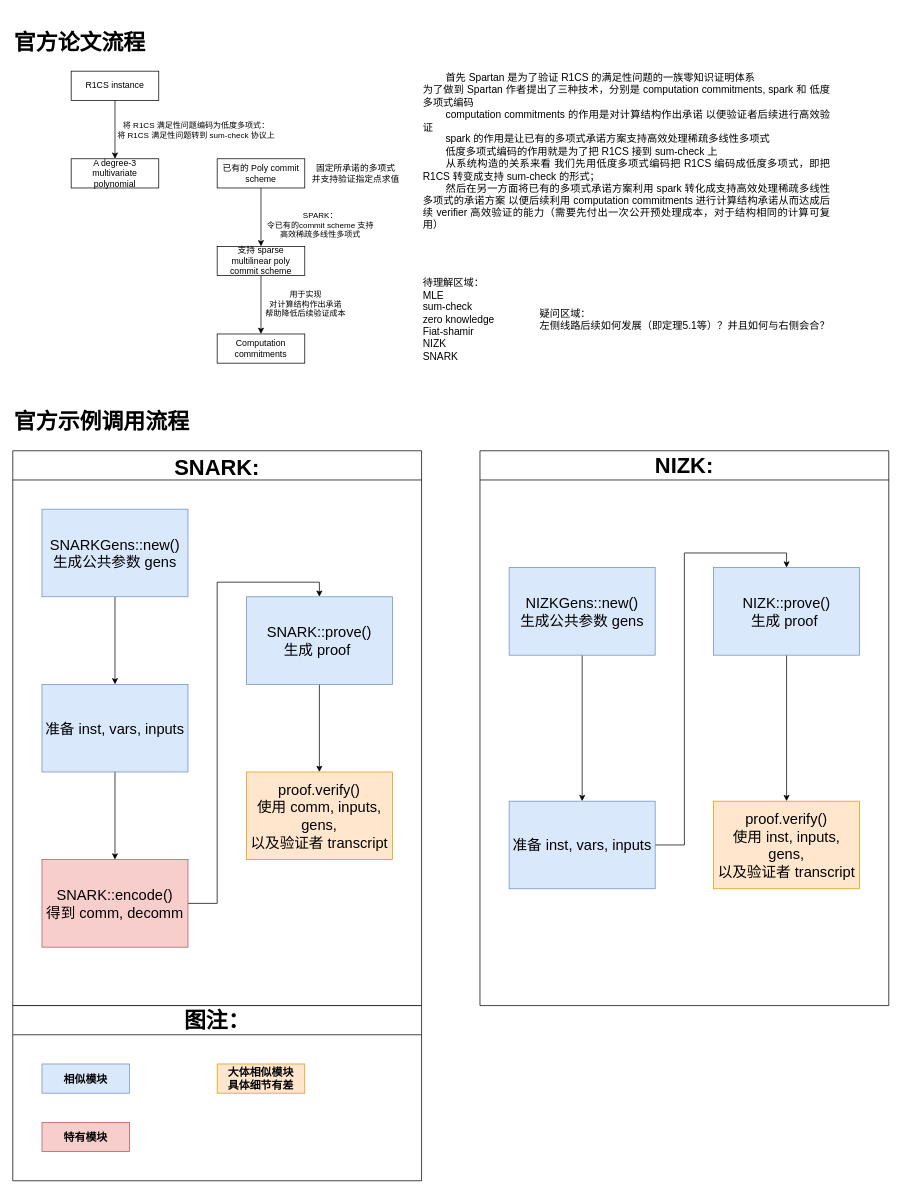
GreatilHailey/Spartan-learning keeps this draw.io diagram as mechanism.drawio. Above is the earlier version. Source tidied: cells renumbered, new cells numbered last; positions are measured from the earlier drawing's top-left corner, leaving out a move shared by most shapes. Both pictures are drawn from the tidied source at 73%, with x=0, y=0 at pixel (12, 12).
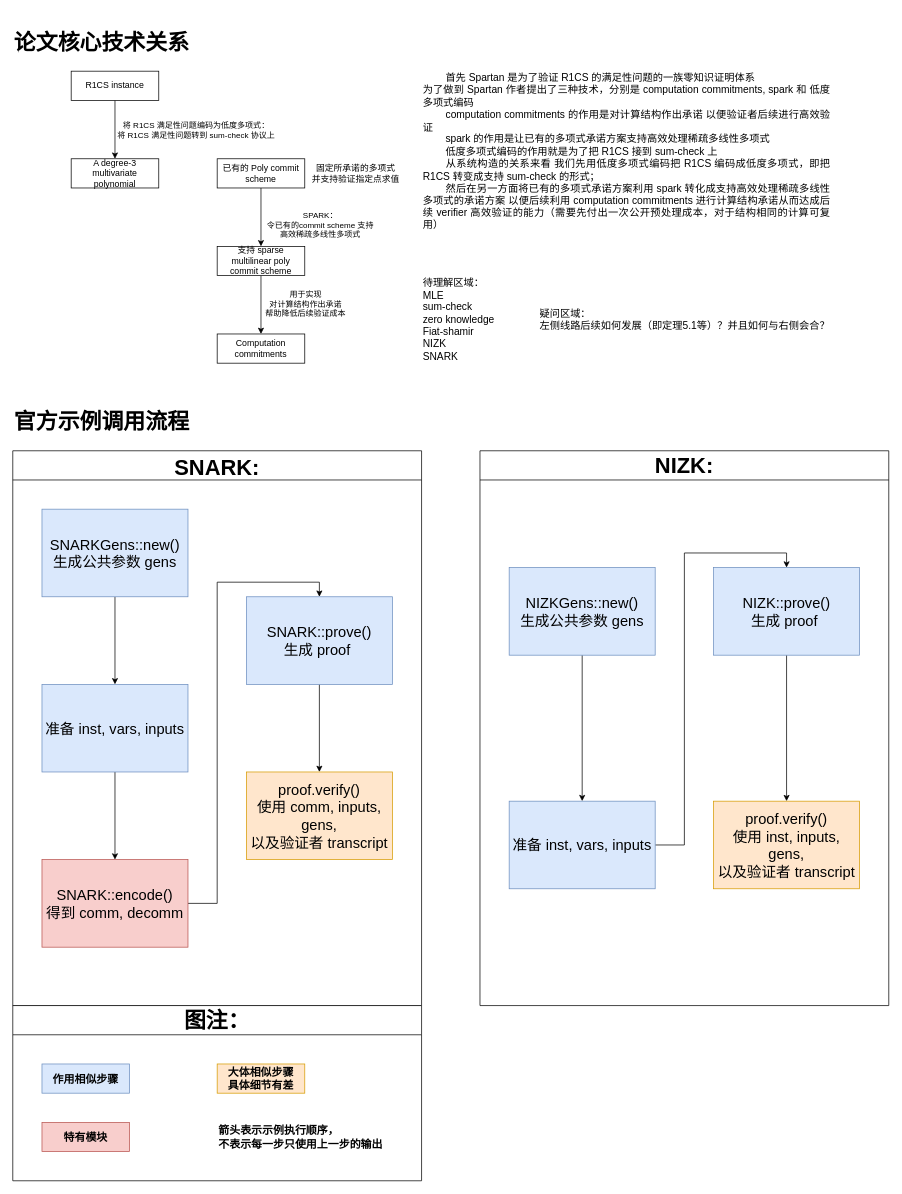
The same page after the edit.

Unchanged cells that the change refers to:
```xml
<mxCell id="37" value="&lt;font style=&quot;font-size: 30px;&quot;&gt;图注：&lt;/font&gt;" style="swimlane;whiteSpace=wrap;html=1;startSize=40;" parent="1" vertex="1">
  <mxGeometry y="1360" width="560" height="240" as="geometry" />
</mxCell>
```

The edit, as a diff of the source:
```diff
@@
-    <mxCell id="18" value="&lt;b&gt;&lt;font style=&quot;font-size: 30px;&quot;&gt;官方论文流程&lt;/font&gt;&lt;/b&gt;" style="text;html=1;whiteSpace=wrap;strokeColor=none;fillColor=none;align=left;verticalAlign=middle;rounded=0;" parent="1" vertex="1">
+    <mxCell id="18" value="&lt;b&gt;&lt;font style=&quot;font-size: 30px;&quot;&gt;论文核心技术关系&lt;/font&gt;&lt;/b&gt;" style="text;html=1;whiteSpace=wrap;strokeColor=none;fillColor=none;align=left;verticalAlign=middle;rounded=0;" parent="1" vertex="1">
       <mxGeometry width="280" height="80" as="geometry" />
     </mxCell>
@@
-    <mxCell id="38" value="&lt;font style=&quot;font-size: 15px;&quot;&gt;&lt;b&gt;相似模块&lt;/b&gt;&lt;/font&gt;" style="rounded=0;whiteSpace=wrap;html=1;fillColor=#dae8fc;strokeColor=#6c8ebf;" parent="37" vertex="1">
+    <mxCell id="38" value="&lt;b&gt;&lt;font style=&quot;font-size: 15px;&quot;&gt;作用相似步骤&lt;/font&gt;&lt;/b&gt;" style="rounded=0;whiteSpace=wrap;html=1;fillColor=#dae8fc;strokeColor=#6c8ebf;" parent="37" vertex="1">
       <mxGeometry x="40" y="80" width="120" height="40" as="geometry" />
     </mxCell>
@@
-    <mxCell id="40" value="&lt;font style=&quot;font-size: 15px;&quot;&gt;&lt;b&gt;大体相似模块&lt;br&gt;具体细节有差&lt;/b&gt;&lt;/font&gt;" style="rounded=0;whiteSpace=wrap;html=1;fillColor=#ffe6cc;strokeColor=#d79b00;" parent="37" vertex="1">
+    <mxCell id="40" value="&lt;font style=&quot;font-size: 15px;&quot;&gt;&lt;b&gt;大体相似步骤&lt;br&gt;具体细节有差&lt;/b&gt;&lt;/font&gt;" style="rounded=0;whiteSpace=wrap;html=1;fillColor=#ffe6cc;strokeColor=#d79b00;" parent="37" vertex="1">
       <mxGeometry x="280" y="80" width="120" height="40" as="geometry" />
     </mxCell>
+    <mxCell id="41" value="&lt;b&gt;&lt;font style=&quot;font-size: 15px;&quot;&gt;箭头表示示例执行顺序，&lt;br&gt;不表示每一步只使用上一步的输出&lt;/font&gt;&lt;/b&gt;" style="text;html=1;whiteSpace=wrap;strokeColor=none;fillColor=none;align=left;verticalAlign=middle;rounded=0;" parent="37" vertex="1">
+      <mxGeometry x="280" y="160" width="240" height="40" as="geometry" />
+    </mxCell>
```
